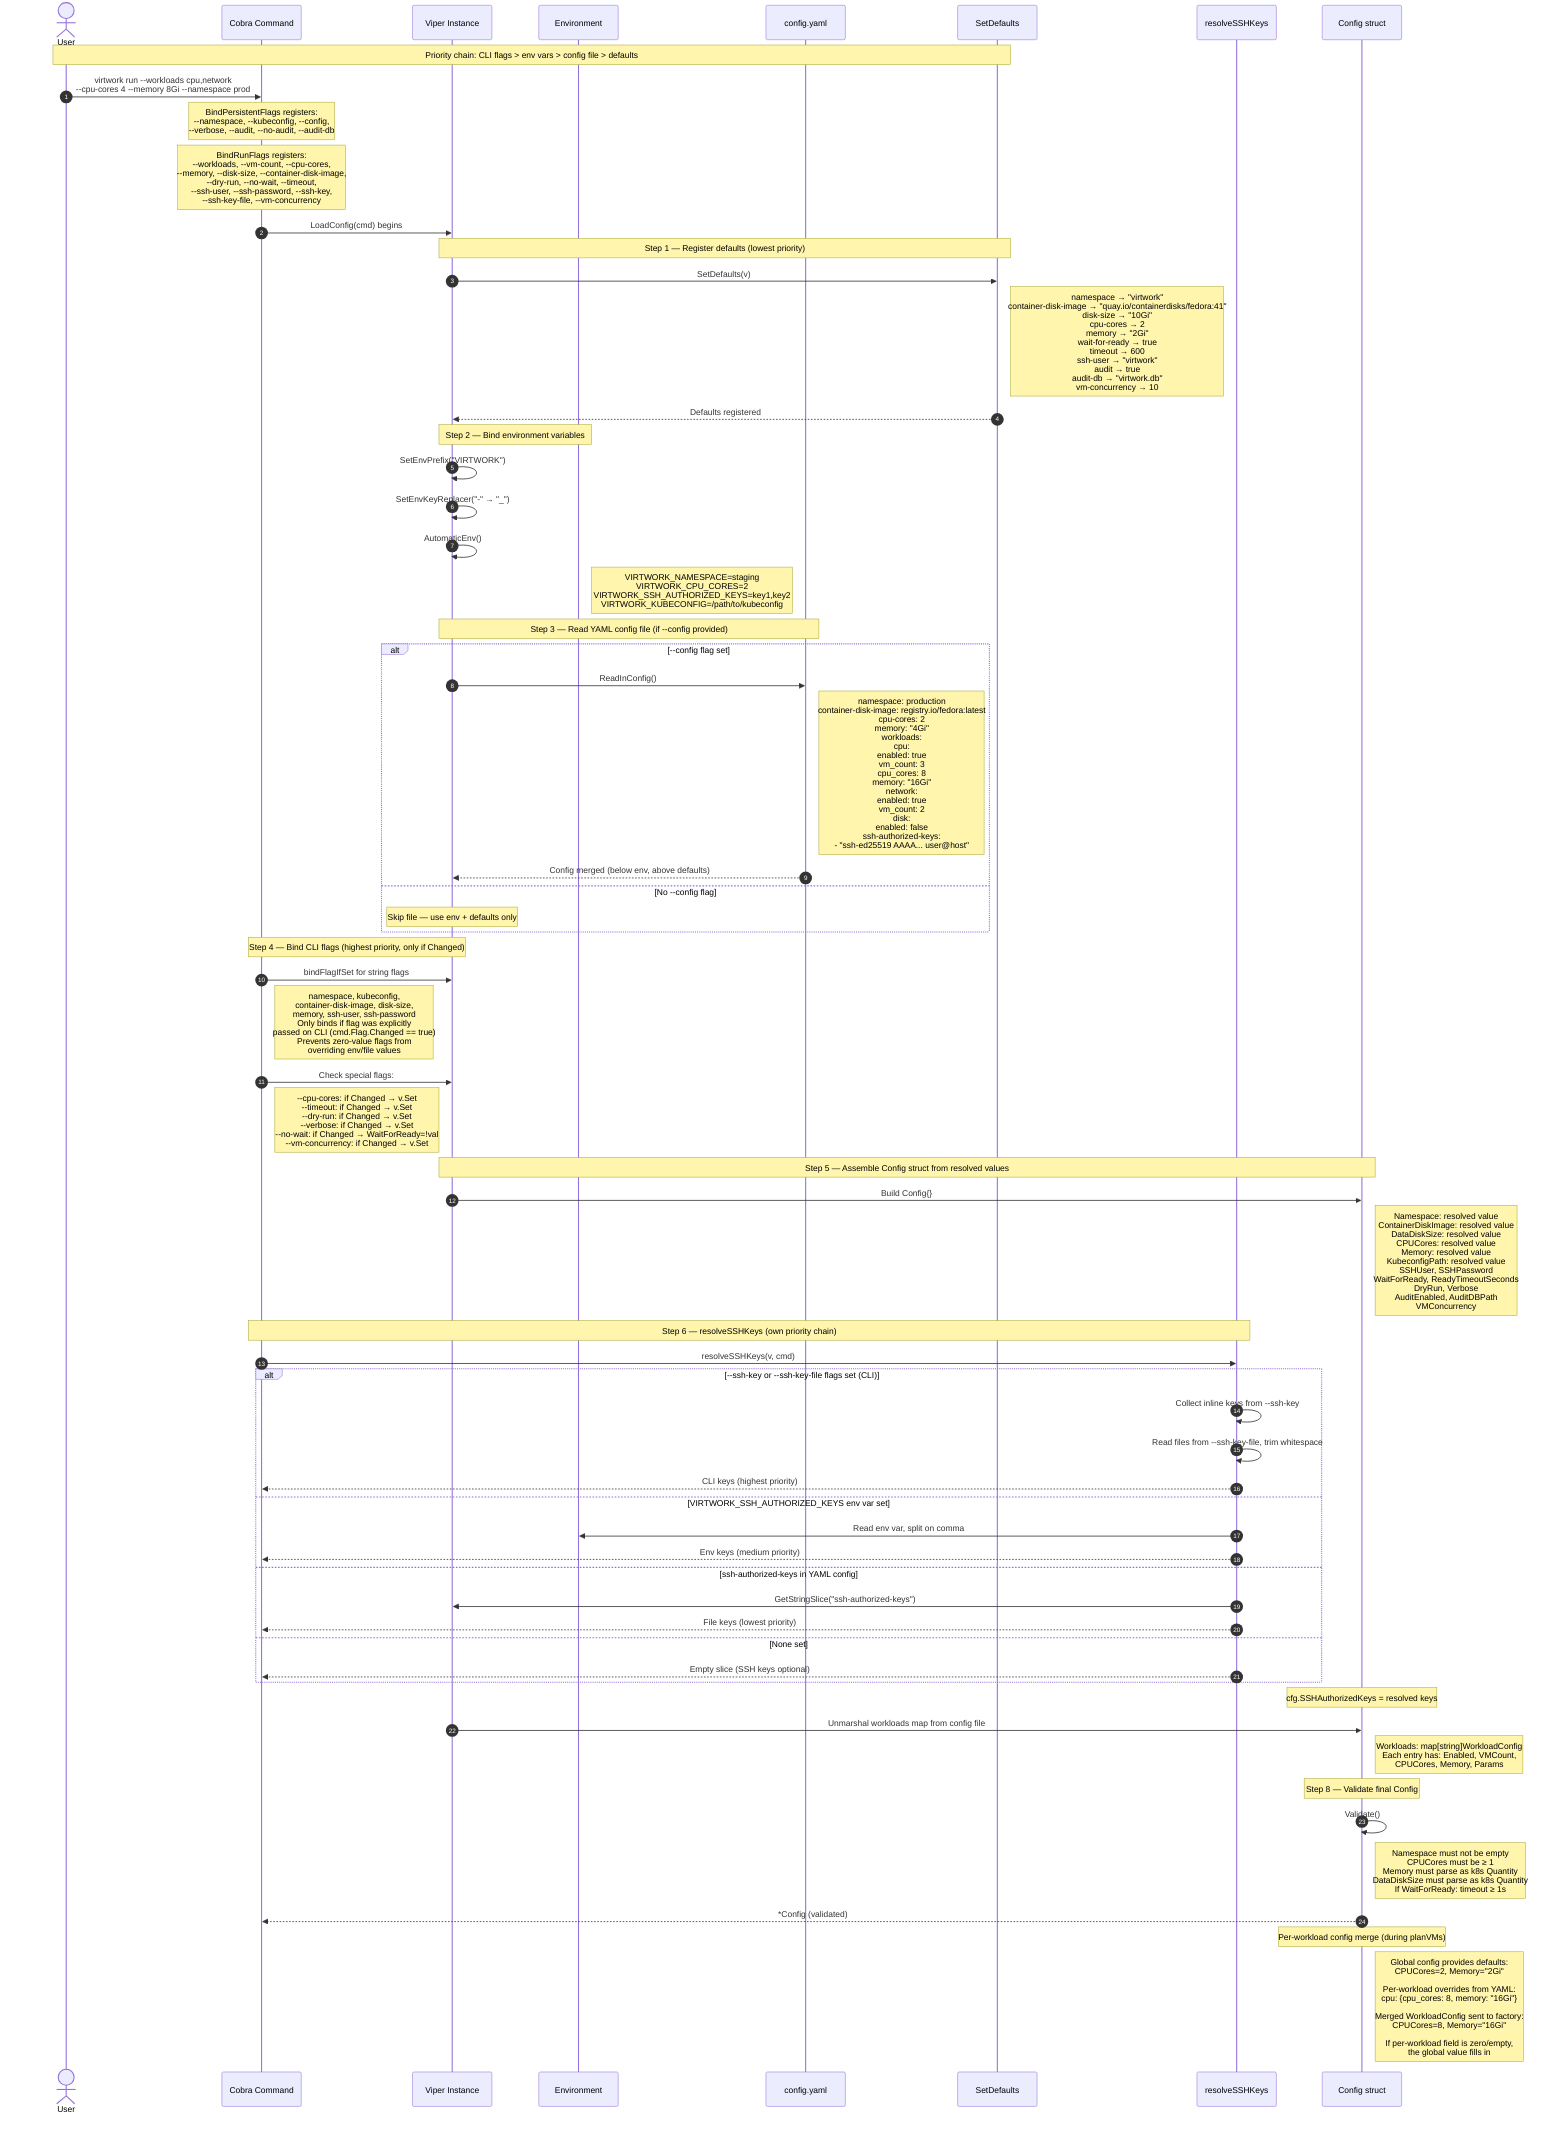
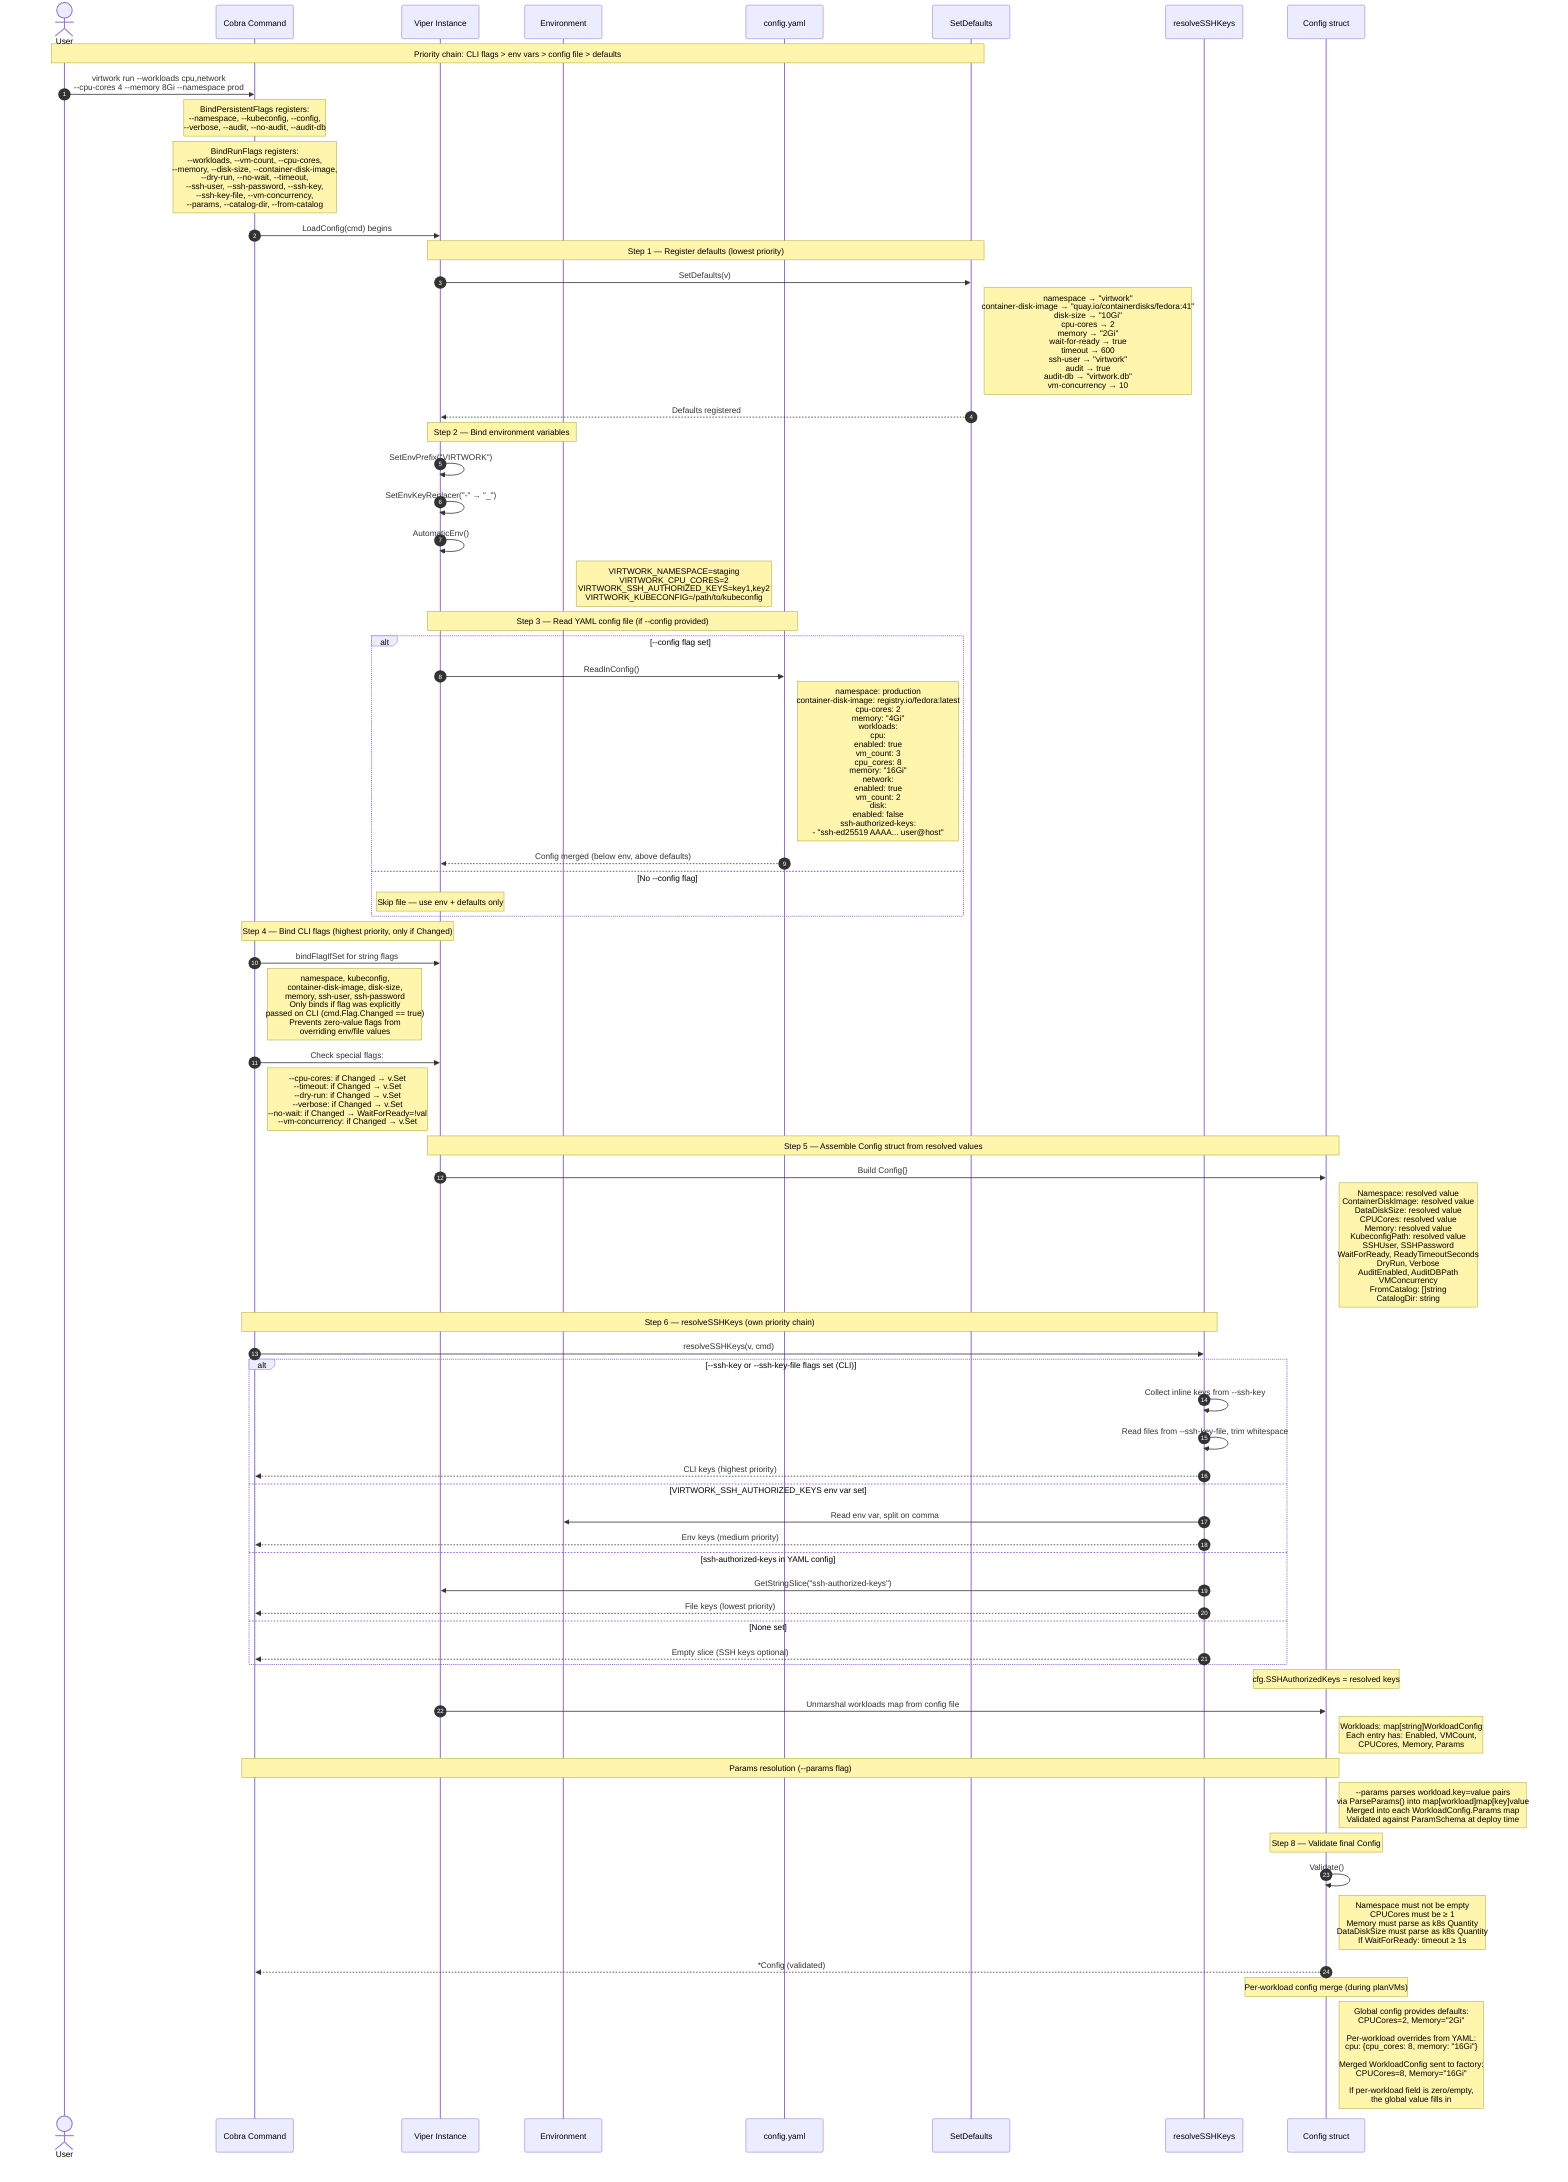
%% Config Resolution: priority chain from CLI flags to final Config struct
%% Shows flag binding, env var mapping, YAML file parsing, and SSH key resolution

sequenceDiagram
    autonumber

    actor User
    participant Cobra as Cobra Command
    participant Viper as Viper Instance
    participant Env as Environment
    participant File as config.yaml
    participant Defaults as SetDefaults
    participant SSH as resolveSSHKeys
    participant Config as Config struct

    %% ─── PRIORITY CHAIN (highest → lowest) ──────────────────────

    Note over User, Defaults: Priority chain: CLI flags > env vars > config file > defaults

    User ->> Cobra: virtwork run --workloads cpu,network<br/>--cpu-cores 4 --memory 8Gi --namespace prod

    Note over Cobra: BindPersistentFlags registers:<br/>--namespace, --kubeconfig, --config,<br/>--verbose, --audit, --no-audit, --audit-db

-     Note over Cobra: BindRunFlags registers:<br/>--workloads, --vm-count, --cpu-cores,<br/>--memory, --disk-size, --container-disk-image,<br/>--dry-run, --no-wait, --timeout,<br/>--ssh-user, --ssh-password, --ssh-key,<br/>--ssh-key-file, --vm-concurrency
+     Note over Cobra: BindRunFlags registers:<br/>--workloads, --vm-count, --cpu-cores,<br/>--memory, --disk-size, --container-disk-image,<br/>--dry-run, --no-wait, --timeout,<br/>--ssh-user, --ssh-password, --ssh-key,<br/>--ssh-key-file, --vm-concurrency,<br/>--params, --catalog-dir, --from-catalog

    Cobra ->> Viper: LoadConfig(cmd) begins

    %% ─── STEP 1: DEFAULTS ───────────────────────────────────────

    Note over Viper, Defaults: Step 1 — Register defaults (lowest priority)
    Viper ->> Defaults: SetDefaults(v)
    Note right of Defaults: namespace → "virtwork"<br/>container-disk-image → "quay.io/containerdisks/fedora:41"<br/>disk-size → "10Gi"<br/>cpu-cores → 2<br/>memory → "2Gi"<br/>wait-for-ready → true<br/>timeout → 600<br/>ssh-user → "virtwork"<br/>audit → true<br/>audit-db → "virtwork.db"<br/>vm-concurrency → 10
    Defaults -->> Viper: Defaults registered

    %% ─── STEP 2: ENV VARS ───────────────────────────────────────

    Note over Viper, Env: Step 2 — Bind environment variables
    Viper ->> Viper: SetEnvPrefix("VIRTWORK")
    Viper ->> Viper: SetEnvKeyReplacer("-" → "_")
    Viper ->> Viper: AutomaticEnv()
    Note right of Env: VIRTWORK_NAMESPACE=staging<br/>VIRTWORK_CPU_CORES=2<br/>VIRTWORK_SSH_AUTHORIZED_KEYS=key1,key2<br/>VIRTWORK_KUBECONFIG=/path/to/kubeconfig

    %% ─── STEP 3: CONFIG FILE ────────────────────────────────────

    Note over Viper, File: Step 3 — Read YAML config file (if --config provided)
    alt --config flag set
        Viper ->> File: ReadInConfig()
        Note right of File: namespace: production<br/>container-disk-image: registry.io/fedora:latest<br/>cpu-cores: 2<br/>memory: "4Gi"<br/>workloads:<br/>  cpu:<br/>    enabled: true<br/>    vm_count: 3<br/>    cpu_cores: 8<br/>    memory: "16Gi"<br/>  network:<br/>    enabled: true<br/>    vm_count: 2<br/>  disk:<br/>    enabled: false<br/>ssh-authorized-keys:<br/>  - "ssh-ed25519 AAAA... user@host"
        File -->> Viper: Config merged (below env, above defaults)
    else No --config flag
        Note over Viper: Skip file — use env + defaults only
    end

    %% ─── STEP 4: CLI FLAGS (HIGHEST PRIORITY) ───────────────────

    Note over Cobra, Viper: Step 4 — Bind CLI flags (highest priority, only if Changed)

    Cobra ->> Viper: bindFlagIfSet for string flags
    Note right of Cobra: namespace, kubeconfig,<br/>container-disk-image, disk-size,<br/>memory, ssh-user, ssh-password<br/>Only binds if flag was explicitly<br/>passed on CLI (cmd.Flag.Changed == true)<br/>Prevents zero-value flags from<br/>overriding env/file values

    Cobra ->> Viper: Check special flags:
    Note right of Cobra: --cpu-cores: if Changed → v.Set<br/>--timeout: if Changed → v.Set<br/>--dry-run: if Changed → v.Set<br/>--verbose: if Changed → v.Set<br/>--no-wait: if Changed → WaitForReady=!val<br/>--vm-concurrency: if Changed → v.Set

    %% ─── STEP 5: BUILD CONFIG STRUCT ────────────────────────────

    Note over Viper, Config: Step 5 — Assemble Config struct from resolved values
    Viper ->> Config: Build Config{}
-     Note right of Config: Namespace: resolved value<br/>ContainerDiskImage: resolved value<br/>DataDiskSize: resolved value<br/>CPUCores: resolved value<br/>Memory: resolved value<br/>KubeconfigPath: resolved value<br/>SSHUser, SSHPassword<br/>WaitForReady, ReadyTimeoutSeconds<br/>DryRun, Verbose<br/>AuditEnabled, AuditDBPath<br/>VMConcurrency
+     Note right of Config: Namespace: resolved value<br/>ContainerDiskImage: resolved value<br/>DataDiskSize: resolved value<br/>CPUCores: resolved value<br/>Memory: resolved value<br/>KubeconfigPath: resolved value<br/>SSHUser, SSHPassword<br/>WaitForReady, ReadyTimeoutSeconds<br/>DryRun, Verbose<br/>AuditEnabled, AuditDBPath<br/>VMConcurrency<br/>FromCatalog: []string<br/>CatalogDir: string

    %% ─── STEP 6: SSH KEY RESOLUTION ─────────────────────────────

    Note over Cobra, SSH: Step 6 — resolveSSHKeys (own priority chain)
    Cobra ->> SSH: resolveSSHKeys(v, cmd)

    alt --ssh-key or --ssh-key-file flags set (CLI)
        SSH ->> SSH: Collect inline keys from --ssh-key
        SSH ->> SSH: Read files from --ssh-key-file, trim whitespace
        SSH -->> Cobra: CLI keys (highest priority)
    else VIRTWORK_SSH_AUTHORIZED_KEYS env var set
        SSH ->> Env: Read env var, split on comma
        SSH -->> Cobra: Env keys (medium priority)
    else ssh-authorized-keys in YAML config
        SSH ->> Viper: GetStringSlice("ssh-authorized-keys")
        SSH -->> Cobra: File keys (lowest priority)
    else None set
        SSH -->> Cobra: Empty slice (SSH keys optional)
    end

    Note over Config: cfg.SSHAuthorizedKeys = resolved keys

    %% ─── STEP 7: WORKLOADS MAP ──────────────────────────────────

    Viper ->> Config: Unmarshal workloads map from config file
    Note right of Config: Workloads: map[string]WorkloadConfig<br/>Each entry has: Enabled, VMCount,<br/>CPUCores, Memory, Params

+     Note over Cobra, Config: Params resolution (--params flag)
+     Note right of Config: --params parses workload.key=value pairs<br/>via ParseParams() into map[workload]map[key]value<br/>Merged into each WorkloadConfig.Params map<br/>Validated against ParamSchema at deploy time
+ 
    %% ─── STEP 8: VALIDATION ─────────────────────────────────────

    Note over Config: Step 8 — Validate final Config
    Config ->> Config: Validate()
    Note right of Config: Namespace must not be empty<br/>CPUCores must be ≥ 1<br/>Memory must parse as k8s Quantity<br/>DataDiskSize must parse as k8s Quantity<br/>If WaitForReady: timeout ≥ 1s
    Config -->> Cobra: *Config (validated)

    %% ─── PER-WORKLOAD CONFIG MERGE ──────────────────────────────

    Note over Config: Per-workload config merge (during planVMs)
    Note right of Config: Global config provides defaults:<br/>  CPUCores=2, Memory="2Gi"<br/><br/>Per-workload overrides from YAML:<br/>  cpu: {cpu_cores: 8, memory: "16Gi"}<br/><br/>Merged WorkloadConfig sent to factory:<br/>  CPUCores=8, Memory="16Gi"<br/><br/>If per-workload field is zero/empty,<br/>the global value fills in
